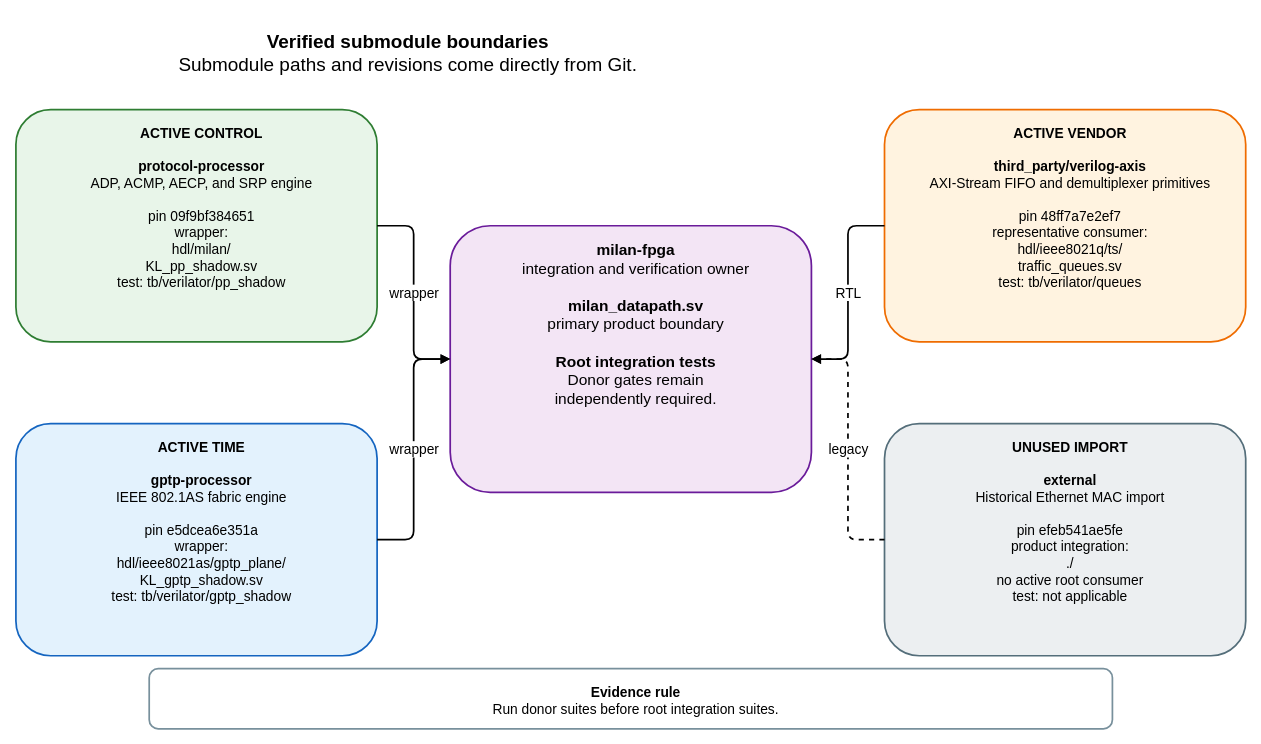
kebag-logic/milan-fpga keeps this draw.io diagram as docs/diagrams/submodule_boundaries.drawio. Above is the earlier version. Source tidied: cells renumbered, new cells numbered last; positions are measured from the earlier drawing's top-left corner, leaving out a move shared by most shapes. Both pictures are drawn from the tidied source at 86%, with x=0, y=0 at pixel (15, 15).
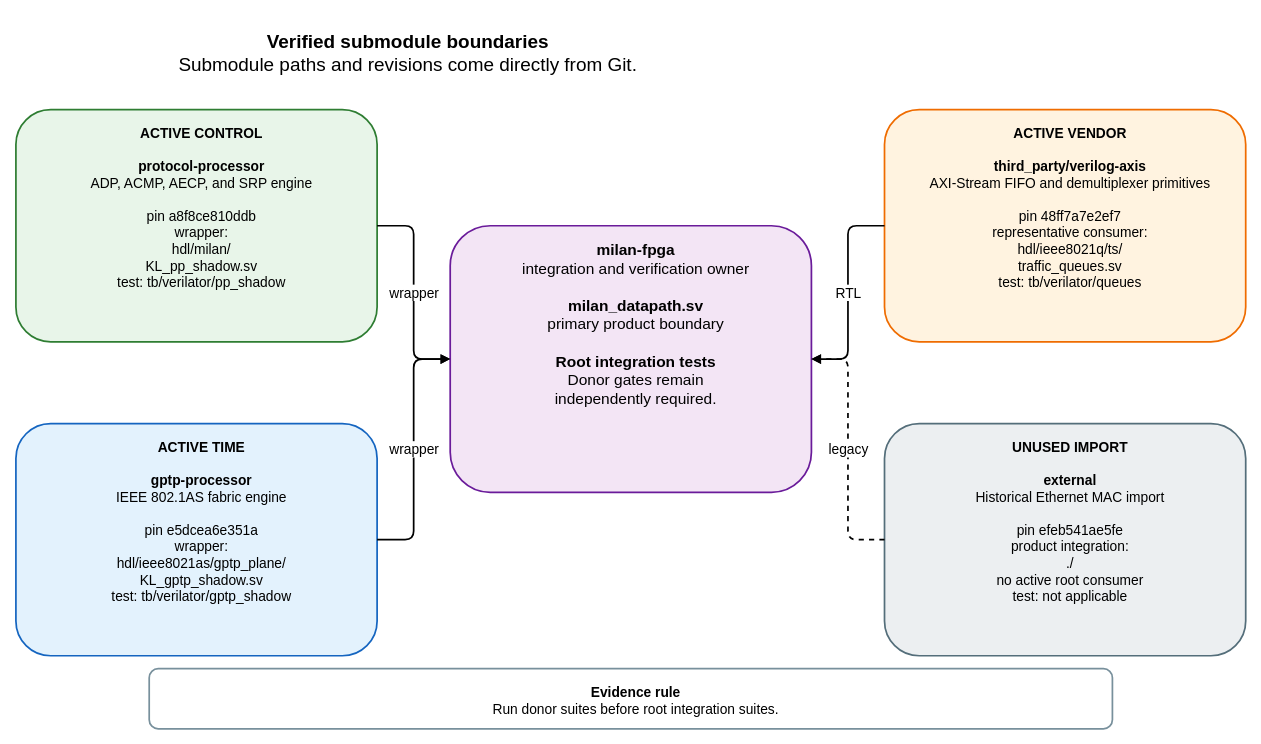
Above is the later version.

Commit message (it also covers changes not shown here):
Pin the processor at a8f8ce81 and re-record its ROM digests

Change to the diagram source:
```diff
@@
 <mxGraphModel>
   <root>
     <mxCell id="0" />
     <mxCell id="1" parent="0" />
     <mxCell id="2" value="&lt;b&gt;Verified submodule boundaries&lt;/b&gt;&lt;br&gt;Submodule paths and revisions come directly from Git." style="rounded=1;whiteSpace=wrap;html=1;verticalAlign=top;spacingTop=12;spacingLeft=12;fontSize=22;fontFamily=Helvetica;fillColor=none;strokeColor=none;strokeWidth=2;" parent="1" vertex="1">
       <mxGeometry width="900" height="65" as="geometry" />
     </mxCell>
     <mxCell id="3" value="&lt;b&gt;milan-fpga&lt;/b&gt;&lt;br&gt;integration and verification owner&lt;br&gt;&lt;br&gt;&lt;b&gt;milan_datapath.sv&lt;/b&gt;&lt;br&gt;primary product boundary&lt;br&gt;&lt;br&gt;&lt;b&gt;Root integration tests&lt;/b&gt;&lt;br&gt;Donor gates remain&lt;br&gt;independently required." style="rounded=1;whiteSpace=wrap;html=1;verticalAlign=top;spacingTop=12;spacingLeft=12;fontSize=18;fontFamily=Helvetica;fillColor=#F3E5F5;strokeColor=#6A1B9A;strokeWidth=2;" parent="1" vertex="1">
       <mxGeometry x="505" y="245" width="420" height="310" as="geometry" />
     </mxCell>
-    <mxCell id="4" value="&lt;b&gt;ACTIVE CONTROL&lt;/b&gt;&lt;br&gt;&lt;br&gt;&lt;b&gt;protocol-processor&lt;/b&gt;&lt;br&gt;ADP, ACMP, AECP, and SRP engine&lt;br&gt;&lt;br&gt;pin 09f9bf384651&lt;br&gt;wrapper:&lt;br&gt;hdl/milan/&lt;br&gt;KL_pp_shadow.sv&lt;br&gt;test: tb/verilator/pp_shadow" style="rounded=1;whiteSpace=wrap;html=1;verticalAlign=top;spacingTop=12;spacingLeft=12;fontSize=16;fontFamily=Helvetica;fillColor=#E8F5E9;strokeColor=#2E7D32;strokeWidth=2;" parent="1" vertex="1">
+    <mxCell id="4" value="&lt;b&gt;ACTIVE CONTROL&lt;/b&gt;&lt;br&gt;&lt;br&gt;&lt;b&gt;protocol-processor&lt;/b&gt;&lt;br&gt;ADP, ACMP, AECP, and SRP engine&lt;br&gt;&lt;br&gt;pin a8f8ce810ddb&lt;br&gt;wrapper:&lt;br&gt;hdl/milan/&lt;br&gt;KL_pp_shadow.sv&lt;br&gt;test: tb/verilator/pp_shadow" style="rounded=1;whiteSpace=wrap;html=1;verticalAlign=top;spacingTop=12;spacingLeft=12;fontSize=16;fontFamily=Helvetica;fillColor=#E8F5E9;strokeColor=#2E7D32;strokeWidth=2;" parent="1" vertex="1">
       <mxGeometry y="110" width="420" height="270" as="geometry" />
     </mxCell>
     <mxCell id="5" value="&lt;b&gt;ACTIVE TIME&lt;/b&gt;&lt;br&gt;&lt;br&gt;&lt;b&gt;gptp-processor&lt;/b&gt;&lt;br&gt;IEEE 802.1AS fabric engine&lt;br&gt;&lt;br&gt;pin e5dcea6e351a&lt;br&gt;wrapper:&lt;br&gt;hdl/ieee8021as/gptp_plane/&lt;br&gt;KL_gptp_shadow.sv&lt;br&gt;test: tb/verilator/gptp_shadow" style="rounded=1;whiteSpace=wrap;html=1;verticalAlign=top;spacingTop=12;spacingLeft=12;fontSize=16;fontFamily=Helvetica;fillColor=#E3F2FD;strokeColor=#1565C0;strokeWidth=2;" parent="1" vertex="1">
       <mxGeometry y="475" width="420" height="270" as="geometry" />
     </mxCell>
     <mxCell id="6" value="&lt;b&gt;ACTIVE VENDOR&lt;/b&gt;&lt;br&gt;&lt;br&gt;&lt;b&gt;third_party/verilog-axis&lt;/b&gt;&lt;br&gt;AXI-Stream FIFO and demultiplexer primitives&lt;br&gt;&lt;br&gt;pin 48ff7a7e2ef7&lt;br&gt;representative consumer:&lt;br&gt;hdl/ieee8021q/ts/&lt;br&gt;traffic_queues.sv&lt;br&gt;test: tb/verilator/queues" style="rounded=1;whiteSpace=wrap;html=1;verticalAlign=top;spacingTop=12;spacingLeft=12;fontSize=16;fontFamily=Helvetica;fillColor=#FFF3E0;strokeColor=#EF6C00;strokeWidth=2;" parent="1" vertex="1">
       <mxGeometry x="1010" y="110" width="420" height="270" as="geometry" />
     </mxCell>
     <mxCell id="7" value="&lt;b&gt;UNUSED IMPORT&lt;/b&gt;&lt;br&gt;&lt;br&gt;&lt;b&gt;external&lt;/b&gt;&lt;br&gt;Historical Ethernet MAC import&lt;br&gt;&lt;br&gt;pin efeb541ae5fe&lt;br&gt;product integration:&lt;br&gt;./&lt;br&gt;no active root consumer&lt;br&gt;test: not applicable" style="rounded=1;whiteSpace=wrap;html=1;verticalAlign=top;spacingTop=12;spacingLeft=12;fontSize=16;fontFamily=Helvetica;fillColor=#ECEFF1;strokeColor=#546E7A;strokeWidth=2;" parent="1" vertex="1">
       <mxGeometry x="1010" y="475" width="420" height="270" as="geometry" />
     </mxCell>
     <mxCell id="8" value="wrapper" style="edgeStyle=orthogonalEdgeStyle;rounded=1;jettySize=auto;html=1;endArrow=block;endFill=1;strokeWidth=2;fontSize=16;fontFamily=Helvetica;labelBackgroundColor=#FFFFFF;" parent="1" edge="1" source="4" target="3">
       <mxGeometry relative="1" as="geometry" />
     </mxCell>
     <mxCell id="9" value="wrapper" style="edgeStyle=orthogonalEdgeStyle;rounded=1;jettySize=auto;html=1;endArrow=block;endFill=1;strokeWidth=2;fontSize=16;fontFamily=Helvetica;labelBackgroundColor=#FFFFFF;" parent="1" edge="1" source="5" target="3">
       <mxGeometry relative="1" as="geometry" />
     </mxCell>
     <mxCell id="10" value="RTL" style="edgeStyle=orthogonalEdgeStyle;rounded=1;jettySize=auto;html=1;endArrow=block;endFill=1;strokeWidth=2;fontSize=16;fontFamily=Helvetica;labelBackgroundColor=#FFFFFF;" parent="1" edge="1" source="6" target="3">
       <mxGeometry relative="1" as="geometry" />
     </mxCell>
     <mxCell id="11" value="legacy" style="edgeStyle=orthogonalEdgeStyle;rounded=1;jettySize=auto;html=1;endArrow=block;endFill=1;strokeWidth=2;fontSize=16;fontFamily=Helvetica;labelBackgroundColor=#FFFFFF;dashed=1;" parent="1" edge="1" source="7" target="3">
       <mxGeometry relative="1" as="geometry" />
     </mxCell>
     <mxCell id="12" value="&lt;b&gt;Evidence rule&lt;/b&gt;&lt;br&gt;Run donor suites before root integration suites." style="rounded=1;whiteSpace=wrap;html=1;verticalAlign=top;spacingTop=12;spacingLeft=12;fontSize=16;fontFamily=Helvetica;fillColor=#FFFFFF;strokeColor=#78909C;strokeWidth=2;" parent="1" vertex="1">
       <mxGeometry x="155" y="760" width="1120" height="70" as="geometry" />
     </mxCell>
   </root>
 </mxGraphModel>
```
